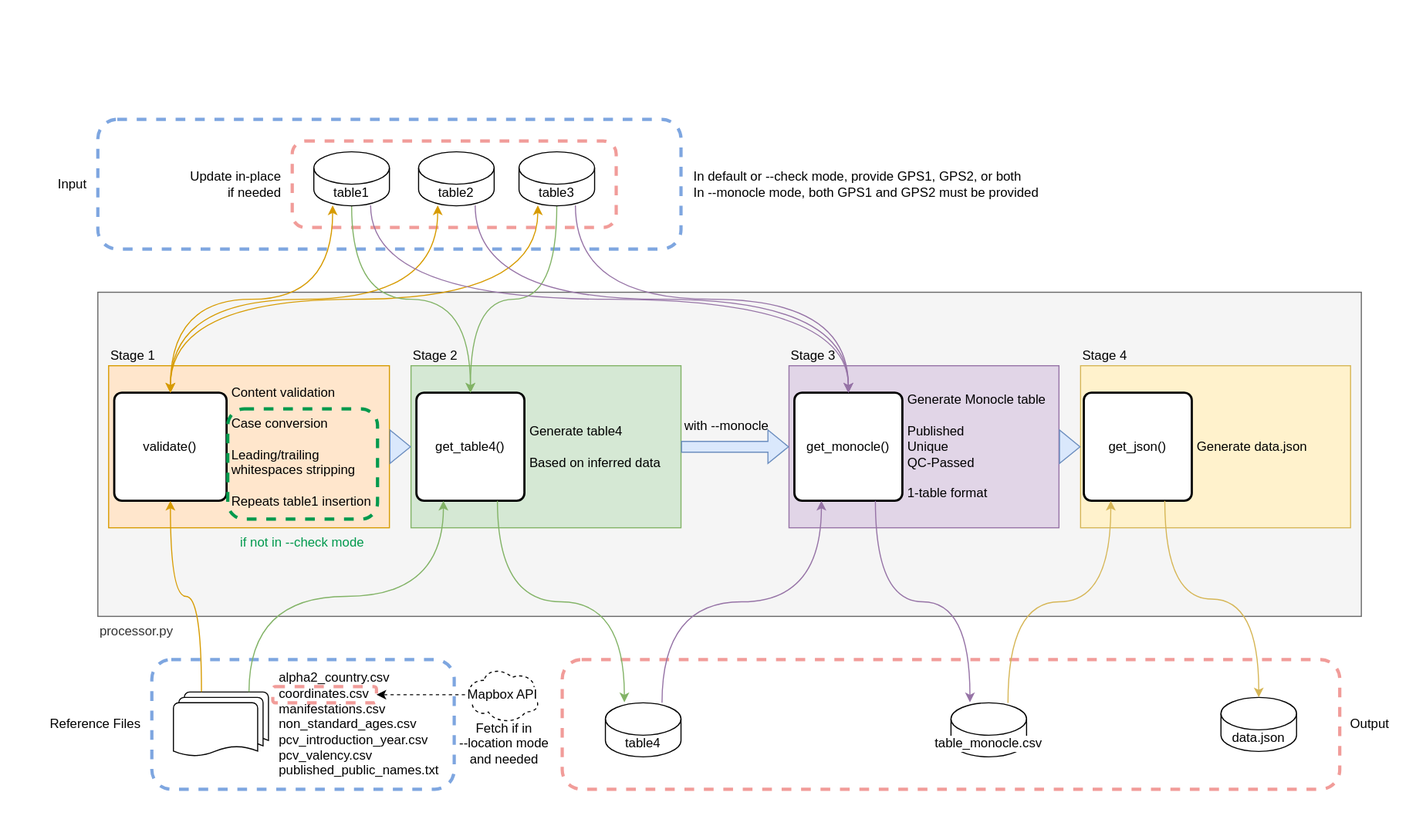
This is doc/workflow.drawio.svg from sanger-bentley-group/gps-database-processor, a draw.io export, as it was before one commit. Source tidied: cells renumbered, new cells last; positions are measured from the earlier drawing's top-left corner, leaving out a move shared by most shapes.
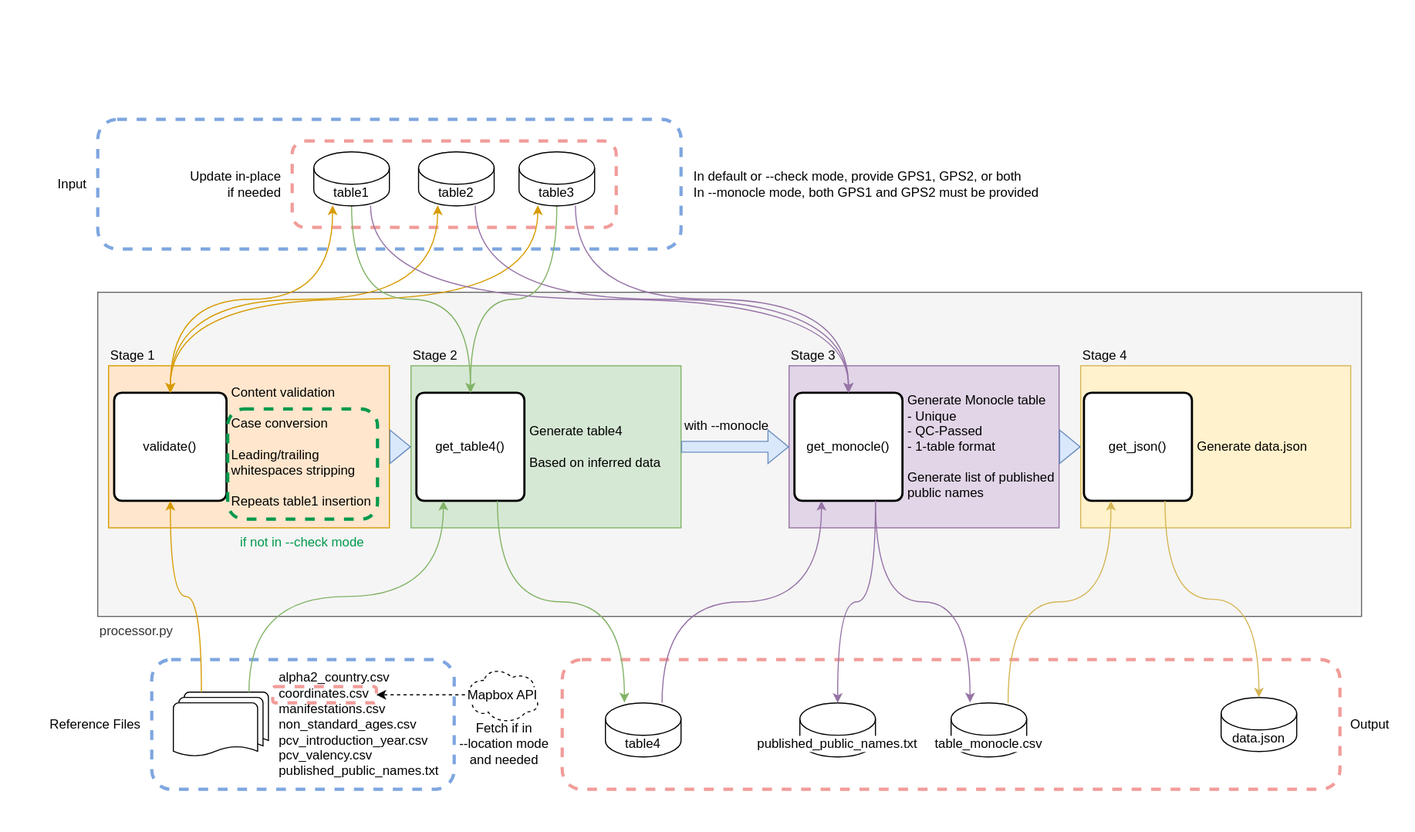
After the change.

Commit message:
Update docs for handling private Monocle data

What changed in the source:
```diff
@@ -29,7 +29,7 @@
     <mxCell id="10" value="get_monocle()" style="rounded=1;whiteSpace=wrap;html=1;absoluteArcSize=1;arcSize=14;strokeWidth=2;labelBackgroundColor=#ffffff;fillStyle=auto;fillColor=default;strokeColor=default;" parent="8" vertex="1">
       <mxGeometry x="5" y="25" width="100" height="100" as="geometry" />
     </mxCell>
-    <mxCell id="11" value="&lt;span&gt;Generate Monocle table&lt;br&gt;&lt;br&gt;Published&lt;br&gt;Unique&lt;br&gt;QC-Passed&lt;br&gt;&lt;br&gt;1-table format&lt;br&gt;&lt;/span&gt;" style="text;html=1;strokeColor=none;fillColor=none;align=left;verticalAlign=middle;whiteSpace=wrap;rounded=0;shadow=0;glass=0;labelBackgroundColor=none;labelBorderColor=none;sketch=0;fillStyle=solid;" parent="8" vertex="1">
+    <mxCell id="11" value="&lt;span&gt;Generate Monocle table&lt;br&gt;- Unique&lt;br&gt;- QC-Passed&lt;br&gt;-&amp;nbsp;1-table format&lt;br&gt;&lt;/span&gt;&lt;div&gt;&lt;span&gt;&lt;br&gt;&lt;/span&gt;&lt;/div&gt;&lt;div&gt;Generate list of published public names&lt;/div&gt;" style="text;html=1;strokeColor=none;fillColor=none;align=left;verticalAlign=middle;whiteSpace=wrap;rounded=0;shadow=0;glass=0;labelBackgroundColor=none;labelBorderColor=none;sketch=0;fillStyle=solid;" parent="8" vertex="1">
       <mxGeometry x="108" y="29.8" width="150" height="90.5" as="geometry" />
     </mxCell>
     <mxCell id="12" style="group;" parent="1" vertex="1">
@@ -174,5 +174,14 @@
     <mxCell id="57" value="In default or --check mode, provide GPS1, GPS2, or both&lt;br style=&quot;border-color: var(--border-color);&quot;&gt;In --monocle mode, both GPS1 and GPS2 must be provided" style="text;html=1;align=left;verticalAlign=middle;strokeColor=none;fillColor=none;fontSize=12;fontStyle=0;" parent="1" vertex="1">
       <mxGeometry x="640" y="150" width="340" height="40" as="geometry" />
     </mxCell>
+    <mxCell id="58" style="group;" parent="1" vertex="1">
+      <mxGeometry x="740" y="650" width="260" height="50" as="geometry" />
+    </mxCell>
+    <mxCell id="59" value="published_public_names.txt" style="shape=cylinder3;whiteSpace=wrap;html=1;boundedLbl=1;backgroundOutline=1;size=15;labelBackgroundColor=default;" parent="58" vertex="1">
+      <mxGeometry width="70" height="50" as="geometry" />
+    </mxCell>
+    <mxCell id="60" style="endArrow=classic;html=1;rounded=0;fillColor=#e1d5e7;curved=1;exitX=0.75;exitY=1;exitDx=0;exitDy=0;entryX=0.5;entryY=0;entryDx=0;entryDy=0;entryPerimeter=0;edgeStyle=orthogonalEdgeStyle;strokeColor=#9673a6;" parent="1" edge="1" source="10" target="59">
+      <mxGeometry relative="1" as="geometry" />
+    </mxCell>
   </root>
 </mxGraphModel>
```
